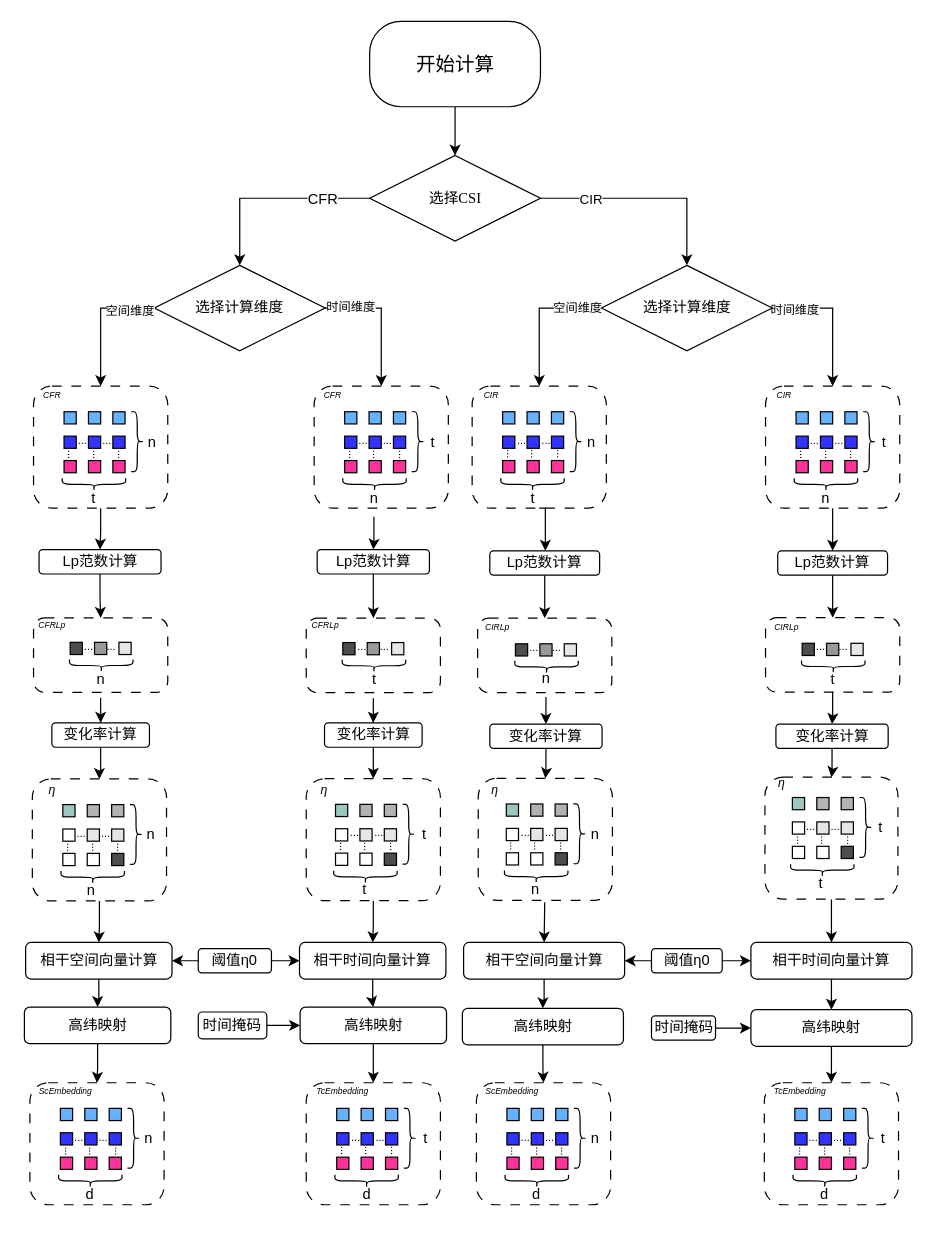
The draw.io diagram Coherence Embedding method1.drawio in 1434470591/wubotao.github.io, before the edit. Source tidied: cells renumbered, new cells numbered last; positions are measured from the earlier drawing's top-left corner, leaving out a move shared by most shapes. Both pictures are drawn from the tidied source at 122%, with x=0, y=0 at pixel (21, 21).
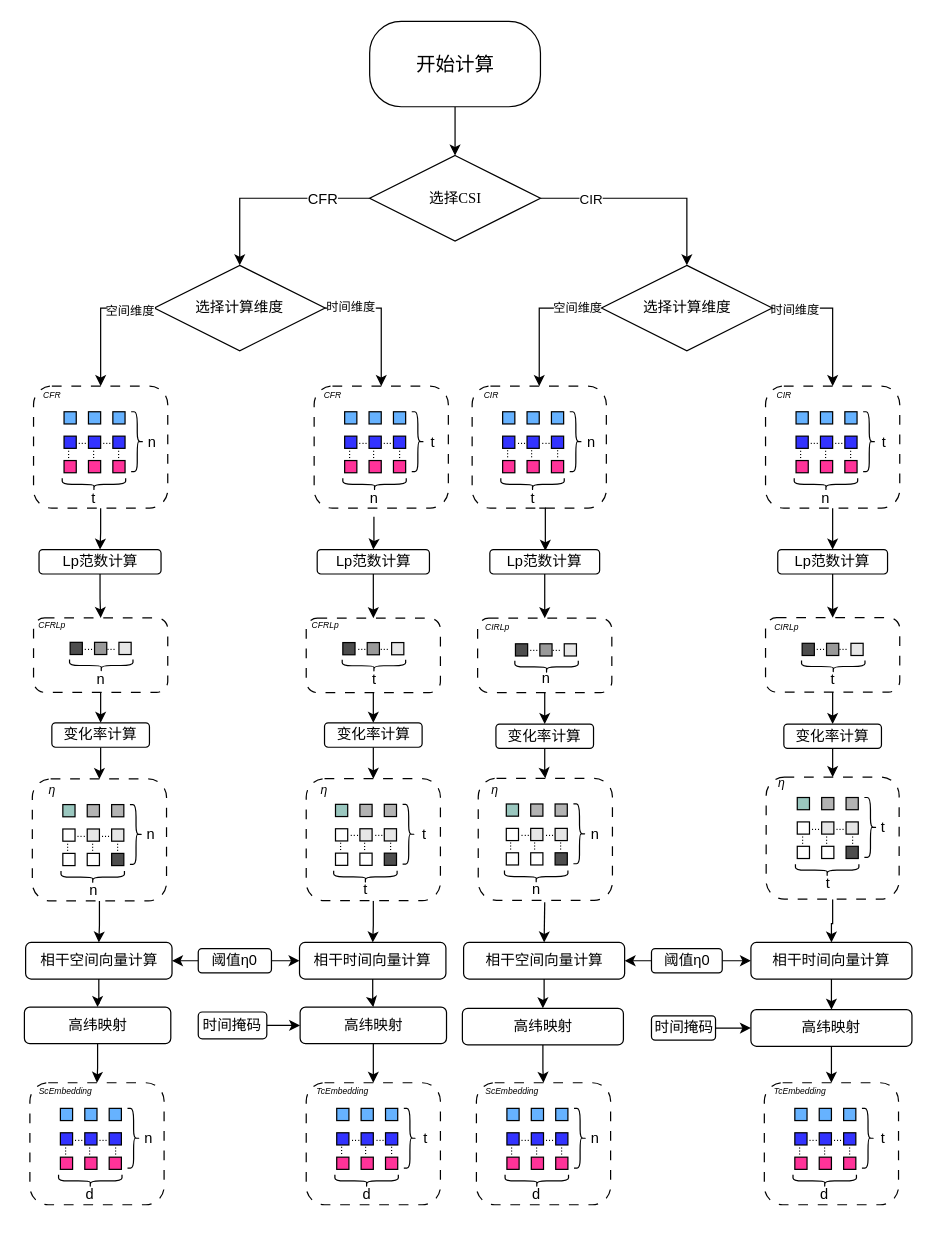
The same page after the edit.

The change refers to these unchanged cells:
```xml
<mxCell id="62" style="rounded=1;whiteSpace=wrap;html=1;dashed=1;dashPattern=8 8;" parent="61" vertex="1">
  <mxGeometry x="5" y="12" width="110" height="61" as="geometry" />
</mxCell>
<mxCell id="70" value="n" style="text;html=1;align=center;verticalAlign=middle;points=[];strokeColor=none;fillColor=none;" parent="61" vertex="1">
  <mxGeometry x="45" y="47.5" width="30" height="30" as="geometry" />
</mxCell>
<mxCell id="77" value="变化率计算" style="rounded=1;whiteSpace=wrap;html=1;" parent="1" vertex="1">
  <mxGeometry x="25" y="575" width="80" height="20" as="geometry" />
</mxCell>
<mxCell id="79" value="变化率计算" style="rounded=1;whiteSpace=wrap;html=1;" parent="1" vertex="1">
  <mxGeometry x="248.5" y="575" width="80" height="20" as="geometry" />
</mxCell>
<mxCell id="321" style="rounded=1;whiteSpace=wrap;html=1;dashed=1;dashPattern=8 8;" parent="1" vertex="1">
  <mxGeometry x="233.5" y="489.2" width="110" height="61" as="geometry" />
</mxCell>
<mxCell id="330" value="t" style="text;html=1;align=center;verticalAlign=middle;points=[];strokeColor=none;fillColor=none;" parent="1" vertex="1">
  <mxGeometry x="273.5" y="524.8" width="30" height="30" as="geometry" />
</mxCell>
<mxCell id="331" style="rounded=1;whiteSpace=wrap;html=1;dashed=1;dashPattern=8 8;" parent="1" vertex="1">
  <mxGeometry x="374" y="489.2" width="110" height="61" as="geometry" />
</mxCell>
<mxCell id="340" value="n" style="text;html=1;align=center;verticalAlign=middle;points=[];strokeColor=none;fillColor=none;" parent="1" vertex="1">
  <mxGeometry x="415" y="523.8" width="30" height="30" as="geometry" />
</mxCell>
```

Diff of the diagram source:
```diff
@@
     <mxCell id="100" value="n" style="text;html=1;align=center;verticalAlign=middle;strokeColor=none;fillColor=none;" parent="1" vertex="1">
-      <mxGeometry x="42" y="697.5" width="30" height="30" as="geometry" />
+      <mxGeometry x="44" y="697.5" width="30" height="30" as="geometry" />
     </mxCell>
@@
     <mxCell id="121" value="t" style="text;html=1;align=center;verticalAlign=middle;strokeColor=none;fillColor=none;" parent="1" vertex="1">
-      <mxGeometry x="265.5" y="697.2" width="30" height="30" as="geometry" />
+      <mxGeometry x="266.5" y="697.2" width="30" height="30" as="geometry" />
     </mxCell>
@@
     <mxCell id="219" value="Lp范数计算" style="rounded=1;whiteSpace=wrap;html=1;" parent="1" vertex="1">
-      <mxGeometry x="384" y="434" width="90" height="20" as="geometry" />
+      <mxGeometry x="384" y="433" width="90" height="20" as="geometry" />
     </mxCell>
@@
     <mxCell id="221" value="Lp范数计算" style="rounded=1;whiteSpace=wrap;html=1;" parent="1" vertex="1">
-      <mxGeometry x="620" y="434" width="90" height="20" as="geometry" />
+      <mxGeometry x="620" y="433" width="90" height="20" as="geometry" />
     </mxCell>
@@
     <mxCell id="223" value="变化率计算" style="rounded=1;whiteSpace=wrap;html=1;" parent="1" vertex="1">
-      <mxGeometry x="384" y="576" width="92" height="20" as="geometry" />
+      <mxGeometry x="389" y="576" width="80" height="20" as="geometry" />
     </mxCell>
@@
     <mxCell id="225" value="变化率计算" style="rounded=1;whiteSpace=wrap;html=1;" parent="1" vertex="1">
-      <mxGeometry x="618.5" y="576" width="92" height="20" as="geometry" />
+      <mxGeometry x="625" y="576" width="80" height="20" as="geometry" />
     </mxCell>
@@
     <mxCell id="299" value="n" style="text;html=1;align=center;verticalAlign=middle;strokeColor=none;fillColor=none;" parent="1" vertex="1">
-      <mxGeometry x="405.5" y="697" width="30" height="30" as="geometry" />
+      <mxGeometry x="406.5" y="697" width="30" height="30" as="geometry" />
     </mxCell>
@@
     <mxCell id="301" style="rounded=1;whiteSpace=wrap;html=1;dashed=1;dashPattern=8 8;" parent="1" vertex="1">
-      <mxGeometry x="609.5" y="619.5" width="109" height="100" as="geometry" />
+      <mxGeometry x="610.5" y="619.5" width="109" height="100" as="geometry" />
     </mxCell>
     <mxCell id="302" style="rounded=0;whiteSpace=wrap;html=1;fillColor=#9AC7BF;" parent="1" vertex="1">
-      <mxGeometry x="632" y="636.2" width="10" height="10" as="geometry" />
+      <mxGeometry x="636" y="636.2" width="10" height="10" as="geometry" />
     </mxCell>
     <mxCell id="303" style="rounded=0;whiteSpace=wrap;html=1;fillColor=#B3B3B3;" parent="1" vertex="1">
-      <mxGeometry x="652" y="636.2" width="10" height="10" as="geometry" />
+      <mxGeometry x="656" y="636.2" width="10" height="10" as="geometry" />
     </mxCell>
     <mxCell id="304" style="rounded=0;whiteSpace=wrap;html=1;fillColor=#B3B3B3;" parent="1" vertex="1">
-      <mxGeometry x="672" y="636.2" width="10" height="10" as="geometry" />
+      <mxGeometry x="676" y="636.2" width="10" height="10" as="geometry" />
     </mxCell>
     <mxCell id="305" style="rounded=0;whiteSpace=wrap;html=1;fillColor=#FFFFFF;" parent="1" vertex="1">
-      <mxGeometry x="632" y="656.2" width="10" height="10" as="geometry" />
+      <mxGeometry x="636" y="656.2" width="10" height="10" as="geometry" />
     </mxCell>
     <mxCell id="306" style="rounded=0;whiteSpace=wrap;html=1;fillColor=#E6E6E6;" parent="1" vertex="1">
-      <mxGeometry x="652" y="656.2" width="10" height="10" as="geometry" />
+      <mxGeometry x="656" y="656.2" width="10" height="10" as="geometry" />
     </mxCell>
     <mxCell id="307" style="rounded=0;whiteSpace=wrap;html=1;fillColor=#E6E6E6;" parent="1" vertex="1">
-      <mxGeometry x="672" y="656.2" width="10" height="10" as="geometry" />
+      <mxGeometry x="676" y="656.2" width="10" height="10" as="geometry" />
     </mxCell>
     <mxCell id="308" style="rounded=0;whiteSpace=wrap;html=1;fillColor=#FFFFFF;" parent="1" vertex="1">
-      <mxGeometry x="632" y="676.2" width="10" height="10" as="geometry" />
+      <mxGeometry x="636" y="676.2" width="10" height="10" as="geometry" />
     </mxCell>
     <mxCell id="309" style="rounded=0;whiteSpace=wrap;html=1;fillColor=#FFFFFF;" parent="1" vertex="1">
-      <mxGeometry x="652" y="676.2" width="10" height="10" as="geometry" />
+      <mxGeometry x="656" y="676.2" width="10" height="10" as="geometry" />
     </mxCell>
     <mxCell id="310" style="rounded=0;whiteSpace=wrap;html=1;fillColor=#4D4D4D;" parent="1" vertex="1">
-      <mxGeometry x="672" y="676.2" width="10" height="10" as="geometry" />
+      <mxGeometry x="676" y="676.2" width="10" height="10" as="geometry" />
     </mxCell>
     <mxCell id="311" value="&lt;font style=&quot;font-size: 9px;&quot;&gt;...&lt;/font&gt;" style="text;html=1;align=center;verticalAlign=middle;whiteSpace=wrap;rounded=0;" parent="1" vertex="1">
-      <mxGeometry x="640" y="658.2" width="15" as="geometry" />
+      <mxGeometry x="644" y="658.2" width="15" as="geometry" />
     </mxCell>
     <mxCell id="312" value="&lt;font style=&quot;font-size: 9px;&quot;&gt;...&lt;/font&gt;" style="text;html=1;align=center;verticalAlign=middle;whiteSpace=wrap;rounded=0;" parent="1" vertex="1">
-      <mxGeometry x="660" y="658.2" width="15" as="geometry" />
+      <mxGeometry x="664" y="658.2" width="15" as="geometry" />
     </mxCell>
     <mxCell id="313" value="&lt;font style=&quot;font-size: 9px;&quot;&gt;...&lt;/font&gt;" style="text;html=1;align=center;verticalAlign=middle;whiteSpace=wrap;rounded=0;rotation=90;" parent="1" vertex="1">
-      <mxGeometry x="674" y="671.2" width="15" as="geometry" />
+      <mxGeometry x="678" y="671.2" width="15" as="geometry" />
     </mxCell>
     <mxCell id="314" value="&lt;font style=&quot;font-size: 9px;&quot;&gt;...&lt;/font&gt;" style="text;html=1;align=center;verticalAlign=middle;whiteSpace=wrap;rounded=0;rotation=90;" parent="1" vertex="1">
-      <mxGeometry x="653" y="671.2" width="15" as="geometry" />
+      <mxGeometry x="657" y="671.2" width="15" as="geometry" />
     </mxCell>
     <mxCell id="315" value="&lt;font style=&quot;font-size: 9px;&quot;&gt;...&lt;/font&gt;" style="text;html=1;align=center;verticalAlign=middle;whiteSpace=wrap;rounded=0;rotation=90;" parent="1" vertex="1">
-      <mxGeometry x="633" y="671.2" width="15" as="geometry" />
+      <mxGeometry x="637" y="671.2" width="15" as="geometry" />
     </mxCell>
     <mxCell id="316" style="shape=curlyBracket;whiteSpace=wrap;html=1;rounded=1;flipH=1;labelPosition=right;verticalLabelPosition=middle;align=left;verticalAlign=middle;" parent="1" vertex="1">
-      <mxGeometry x="687" y="636.2" width="10" height="49" as="geometry" />
+      <mxGeometry x="691" y="636.2" width="10" height="49" as="geometry" />
     </mxCell>
     <mxCell id="317" style="shape=curlyBracket;whiteSpace=wrap;html=1;rounded=1;flipH=1;labelPosition=right;verticalLabelPosition=middle;align=left;verticalAlign=middle;rotation=90;size=0.5;" parent="1" vertex="1">
-      <mxGeometry x="651.5" y="669.8" width="10" height="52" as="geometry" />
+      <mxGeometry x="655.5" y="669.8" width="10" height="52" as="geometry" />
     </mxCell>
     <mxCell id="318" value="t" style="text;html=1;align=center;verticalAlign=middle;strokeColor=none;fillColor=none;" parent="1" vertex="1">
-      <mxGeometry x="689" y="646.2" width="30" height="30" as="geometry" />
+      <mxGeometry x="691" y="646.2" width="30" height="30" as="geometry" />
     </mxCell>
@@
     <mxCell id="320" value="t" style="text;html=1;align=center;verticalAlign=middle;strokeColor=none;fillColor=none;" parent="1" vertex="1">
-      <mxGeometry x="640" y="691.8" width="30" height="30" as="geometry" />
+      <mxGeometry x="645.5" y="692" width="30" height="30" as="geometry" />
     </mxCell>
+    <mxCell id="358" style="edgeStyle=orthogonalEdgeStyle;rounded=0;jettySize=auto;html=1;entryX=0.5;entryY=0;entryDx=0;entryDy=0;" parent="1" edge="1" source="321" target="79">
+      <mxGeometry relative="1" as="geometry" />
+    </mxCell>
@@
-    <mxCell id="329" style="edgeStyle=orthogonalEdgeStyle;rounded=0;jettySize=auto;html=1;entryX=0.5;entryY=0;entryDx=0;entryDy=0;" parent="1" edge="1" source="330" target="79">
-      <mxGeometry relative="1" as="geometry" />
-    </mxCell>
@@
+    <mxCell id="359" style="edgeStyle=orthogonalEdgeStyle;rounded=0;jettySize=auto;html=1;entryX=0.5;entryY=0;entryDx=0;entryDy=0;" parent="1" edge="1" source="331" target="223">
+      <mxGeometry relative="1" as="geometry" />
+    </mxCell>
@@
-    <mxCell id="339" style="edgeStyle=orthogonalEdgeStyle;rounded=0;jettySize=auto;html=1;entryX=0.5;entryY=0;entryDx=0;entryDy=0;" parent="1" edge="1" source="340" target="223">
-      <mxGeometry relative="1" as="geometry" />
-    </mxCell>
@@
-    <mxCell id="352" style="edgeStyle=orthogonalEdgeStyle;rounded=0;jettySize=auto;html=1;entryX=0.5;entryY=0;entryDx=0;entryDy=0;" parent="1" edge="1" source="70" target="77">
-      <mxGeometry relative="1" as="geometry" />
-    </mxCell>
@@
+    <mxCell id="360" style="edgeStyle=orthogonalEdgeStyle;rounded=0;jettySize=auto;html=1;entryX=0.5;entryY=0;entryDx=0;entryDy=0;" parent="1" edge="1" source="62" target="77">
+      <mxGeometry relative="1" as="geometry" />
+    </mxCell>
```
